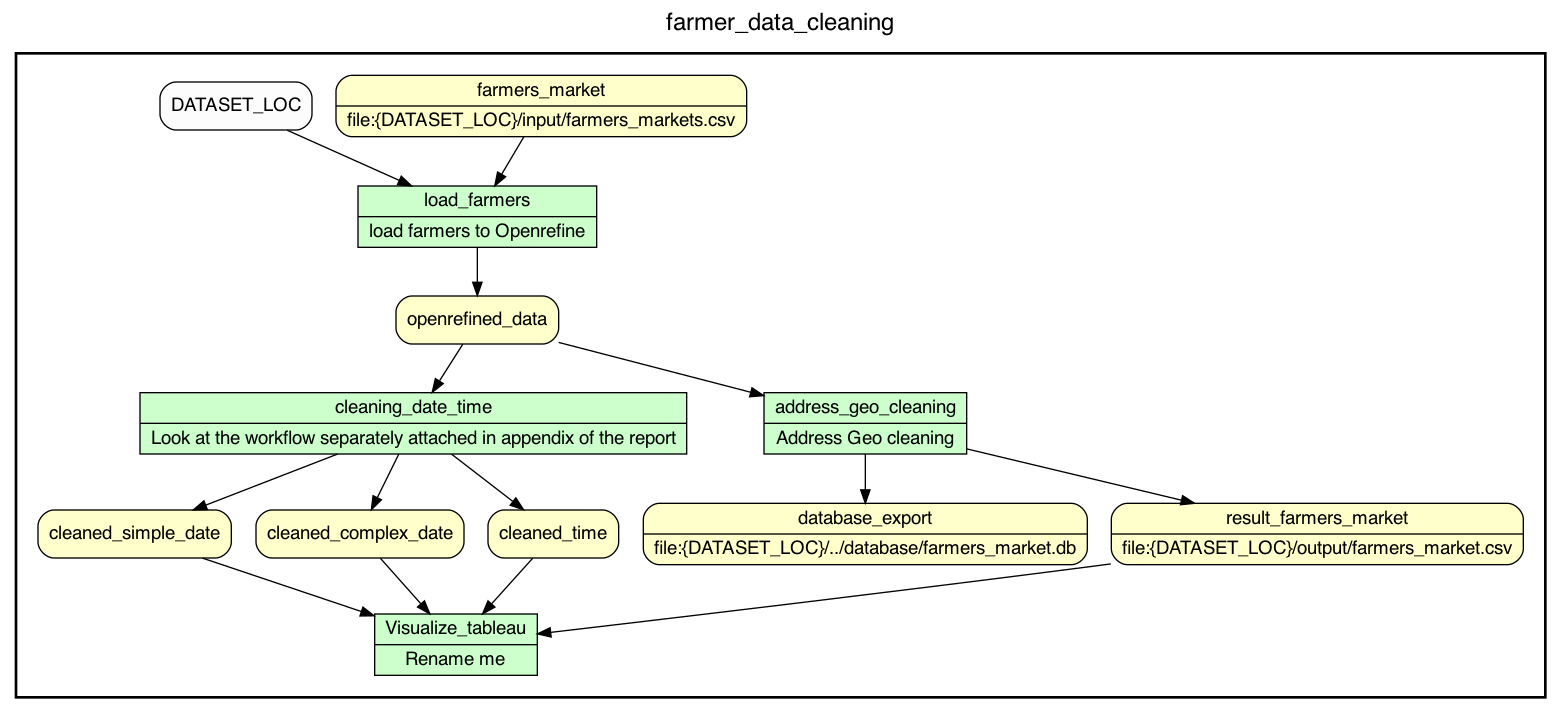
The Graphviz diagram provenance/complete_flow.png in da230896/cs_513_project, before a commit. Its source is kept beside it as provenance/complete_flow.gv.
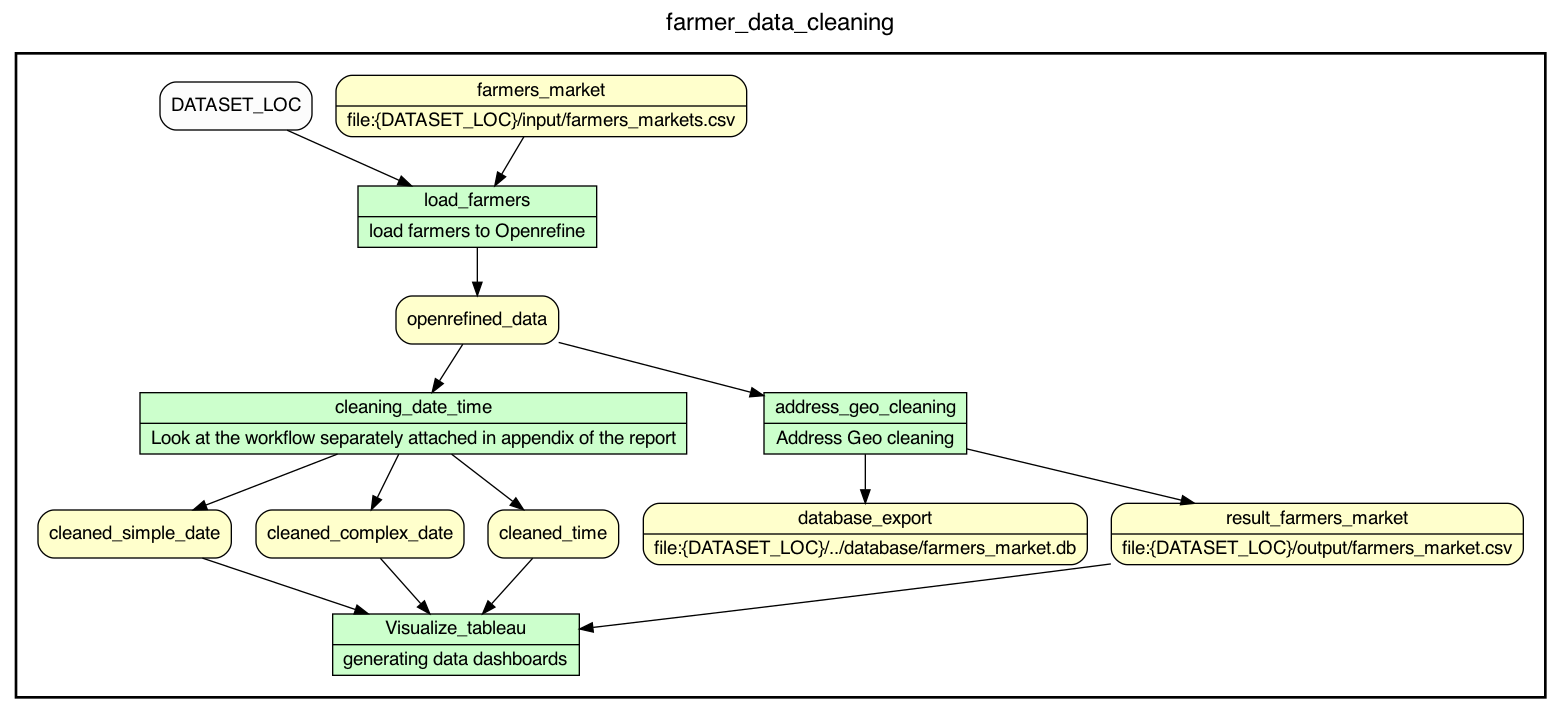
The same diagram one commit later.

What changed in the source:
```diff
@@ -17,7 +17,7 @@
 load_farmers [shape=record rankdir=LR label="{<f0> load_farmers |<f1> load farmers to Openrefine}"];
 cleaning_date_time [shape=record rankdir=LR label="{<f0> cleaning_date_time |<f1> Look at the workflow separately attached in appendix of the report}"];
 address_geo_cleaning [shape=record rankdir=LR label="{<f0> address_geo_cleaning |<f1> Address Geo cleaning}"];
-Visualize_tableau [shape=record rankdir=LR label="{<f0> Visualize_tableau |<f1> Rename me}"];
+Visualize_tableau [shape=record rankdir=LR label="{<f0> Visualize_tableau |<f1> generating data dashboards}"];
 
 /* Style for nodes representing non-parameter data channels in workflow */
 node[shape=box style="rounded,filled" fillcolor="#FFFFCC" peripheries=1 fontname=Helvetica]
```
